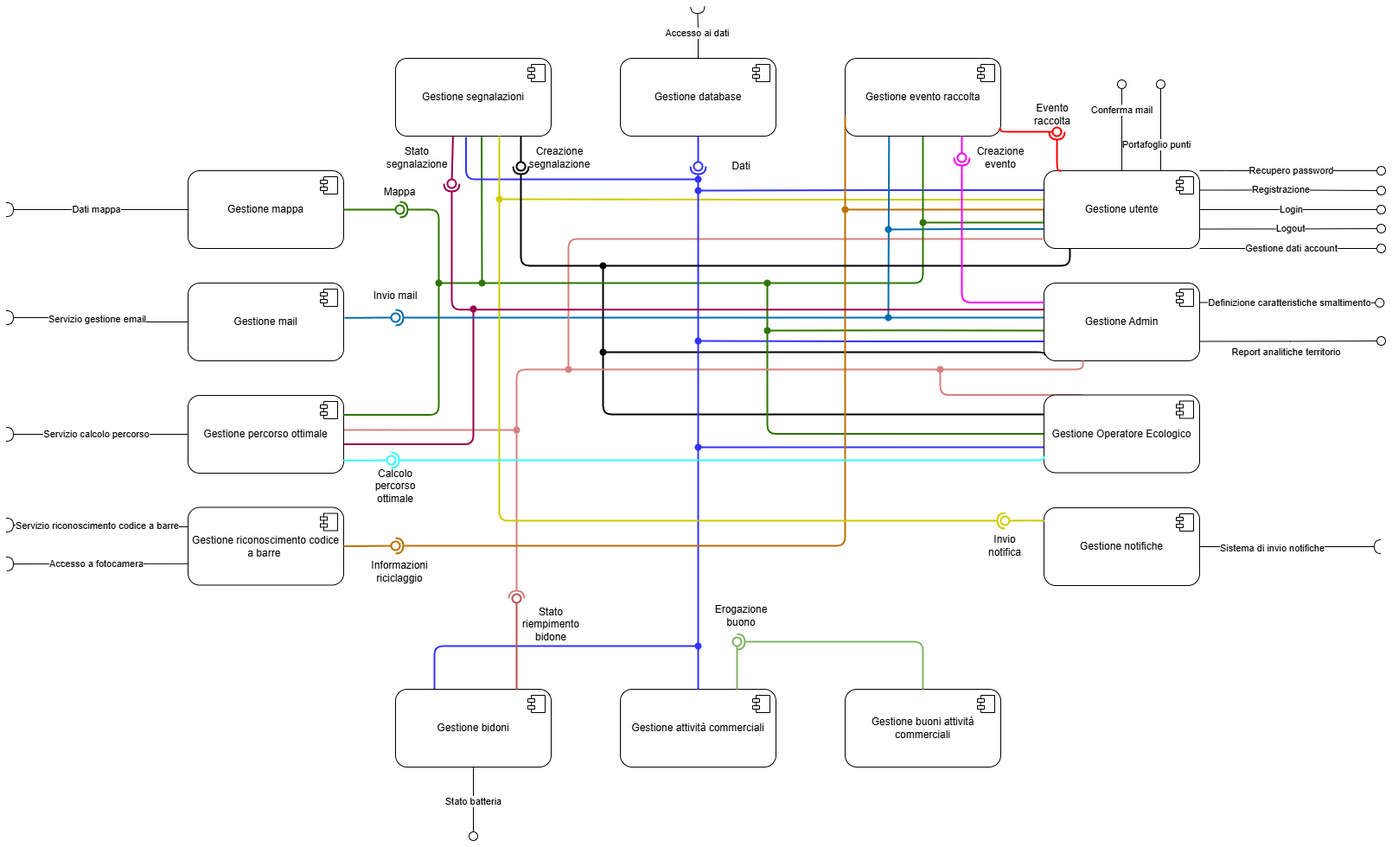
Earlier version of the draw.io export Docs/pictures/diagramma_componenti.png (RiccardoCortese/RiciclApp). Source tidied: cells renumbered, new cells last; positions are measured from the earlier drawing's top-left corner, leaving out a move shared by most shapes.
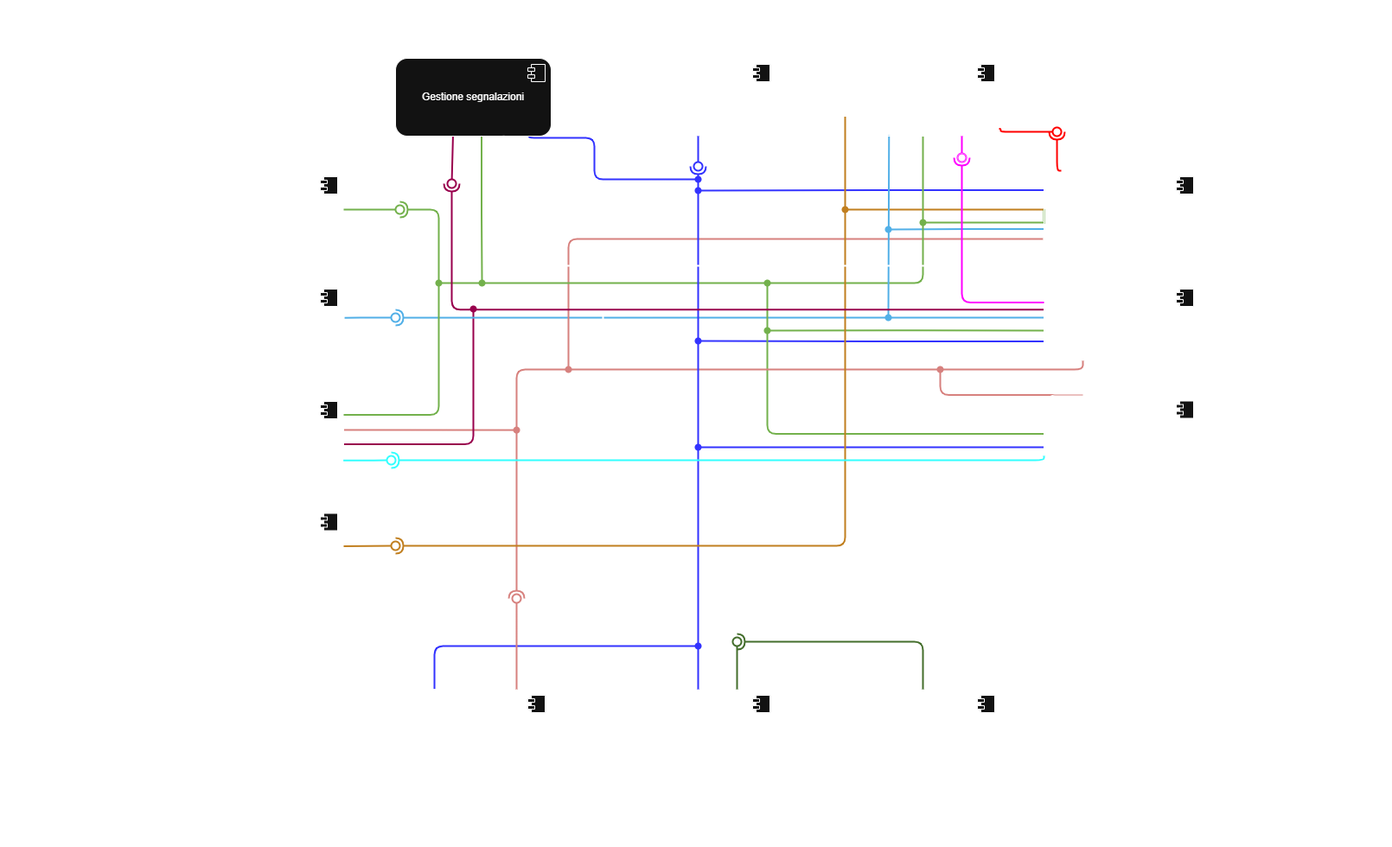
After the commit.

Commit message:
modifica diagramma correzione errore

The edit, as a diff of the source:
```diff
@@ -110,15 +110,18 @@
       <mxGeometry relative="1" as="geometry">
         <mxPoint x="550" y="320" as="targetPoint" />
         <Array as="points">
-          <mxPoint x="550" y="150" />
+          <mxPoint x="550" y="230" />
+          <mxPoint x="550" y="230" />
         </Array>
       </mxGeometry>
     </mxCell>
-    <mxCell id="24" style="edgeStyle=orthogonalEdgeStyle;rounded=1;jettySize=auto;html=1;exitX=0.453;exitY=1.014;exitDx=0;exitDy=0;endArrow=oval;endFill=1;strokeColor=light-dark(#3333FF,#3333FF);strokeWidth=2;curved=0;exitPerimeter=0;" parent="1" edge="1" source="25">
+    <mxCell id="24" style="edgeStyle=orthogonalEdgeStyle;rounded=1;jettySize=auto;html=1;exitX=0.859;exitY=1.001;exitDx=0;exitDy=0;endArrow=oval;endFill=1;strokeColor=light-dark(#3333FF,#3333FF);strokeWidth=2;curved=0;exitPerimeter=0;" parent="1" edge="1" source="25">
       <mxGeometry relative="1" as="geometry">
         <mxPoint x="800" y="200" as="targetPoint" />
         <Array as="points">
-          <mxPoint x="532" y="200" />
+          <mxPoint x="605" y="152" />
+          <mxPoint x="680" y="152" />
+          <mxPoint x="680" y="200" />
         </Array>
       </mxGeometry>
     </mxCell>
@@ -179,15 +182,6 @@
         </Array>
       </mxGeometry>
     </mxCell>
-    <mxCell id="36" style="edgeStyle=orthogonalEdgeStyle;rounded=0;jettySize=auto;html=1;exitX=0;exitY=0.371;exitDx=0;exitDy=0;exitPerimeter=0;endArrow=oval;endFill=1;strokeWidth=2;strokeColor=light-dark(#CCCC00,#CCCC00);" parent="1" edge="1" source="46">
-      <mxGeometry relative="1" as="geometry">
-        <mxPoint x="570" y="223" as="targetPoint" />
-        <Array as="points">
-          <mxPoint x="881" y="223" />
-          <mxPoint x="560" y="223" />
-        </Array>
-      </mxGeometry>
-    </mxCell>
     <mxCell id="37" style="edgeStyle=orthogonalEdgeStyle;rounded=1;jettySize=auto;html=1;exitX=-0.007;exitY=0.878;exitDx=0;exitDy=0;strokeColor=light-dark(#D7817E,#D7817E);strokeWidth=2;endArrow=oval;endFill=1;curved=0;exitPerimeter=0;" parent="1" edge="1" source="46">
       <mxGeometry relative="1" as="geometry">
         <mxPoint x="650" y="420" as="targetPoint" />
@@ -404,22 +398,6 @@
     <mxCell id="81" value="Dati" style="text;html=1;whiteSpace=wrap;strokeColor=none;fillColor=none;align=center;verticalAlign=middle;rounded=0;" parent="1" vertex="1">
       <mxGeometry x="820" y="170" width="60" height="30" as="geometry" />
     </mxCell>
-    <mxCell id="82" style="edgeStyle=orthogonalEdgeStyle;rounded=0;jettySize=auto;html=1;exitX=1;exitY=0.5;exitDx=0;exitDy=0;endArrow=halfCircle;endFill=0;" parent="1" edge="1" source="84">
-      <mxGeometry relative="1" as="geometry">
-        <mxPoint x="1590" y="625" as="targetPoint" />
-      </mxGeometry>
-    </mxCell>
-    <mxCell id="83" value="Sistema di invio&amp;nbsp;&lt;span style=&quot;&quot;&gt;notifiche&lt;/span&gt;" style="edgeLabel;html=1;align=center;verticalAlign=middle;labelBackgroundColor=light-dark(#FFFFFF,#FFFFFF);fontColor=light-dark(#000000,transparent);" parent="82" vertex="1">
-      <mxGeometry x="-0.21" y="-1" relative="1" as="geometry" />
-    </mxCell>
-    <mxCell id="84" value="Gestione notifiche" style="html=1;whiteSpace=wrap;rounded=1;fillColor=light-dark(#FFFFFF,transparent);" parent="1" vertex="1">
-      <mxGeometry x="1200" y="580" width="180" height="90" as="geometry" />
-    </mxCell>
-    <mxCell id="85" style="shape=module;jettyWidth=8;jettyHeight=4;rounded=1;" parent="84" vertex="1">
-      <mxGeometry x="1" width="20" height="20" relative="1" as="geometry">
-        <mxPoint x="-27" y="7" as="offset" />
-      </mxGeometry>
-    </mxCell>
     <mxCell id="86" style="ellipse;whiteSpace=wrap;html=1;align=center;fillColor=none;strokeColor=none;perimeter=centerPerimeter;" parent="1" vertex="1">
       <mxGeometry x="445" y="520" width="10" height="10" as="geometry" />
     </mxCell>
@@ -450,29 +428,20 @@
     <mxCell id="92" style="ellipse;whiteSpace=wrap;html=1;align=center;fillColor=none;strokeColor=none;perimeter=centerPerimeter;points=[];outlineConnect=1;" parent="1" vertex="1">
       <mxGeometry x="445" y="619" width="10" height="10" as="geometry" />
     </mxCell>
-    <mxCell id="93" style="rounded=1;jettySize=auto;html=1;endArrow=halfCircle;endFill=0;endSize=6;strokeWidth=2;sketch=0;edgeStyle=orthogonalEdgeStyle;curved=0;" parent="1" edge="1" target="95">
+    <mxCell id="93" style="rounded=1;jettySize=auto;html=1;endArrow=halfCircle;endFill=0;endSize=6;strokeWidth=2;sketch=0;edgeStyle=orthogonalEdgeStyle;curved=0;exitX=0.156;exitY=1;exitDx=0;exitDy=0;exitPerimeter=0;" parent="1" edge="1" source="46" target="95">
       <mxGeometry relative="1" as="geometry">
-        <mxPoint x="1230" y="280" as="sourcePoint" />
         <Array as="points">
           <mxPoint x="1230" y="280" />
           <mxPoint x="1230" y="300" />
-          <mxPoint x="595" y="300" />
+          <mxPoint x="575" y="300" />
         </Array>
       </mxGeometry>
     </mxCell>
-    <mxCell id="94" style="rounded=1;jettySize=auto;html=1;endArrow=oval;endFill=0;sketch=0;sourcePerimeterSpacing=0;targetPerimeterSpacing=0;endSize=10;edgeStyle=orthogonalEdgeStyle;curved=0;strokeWidth=2;" parent="1" edge="1" target="95">
-      <mxGeometry relative="1" as="geometry">
-        <mxPoint x="595" y="150" as="sourcePoint" />
-        <Array as="points">
-          <mxPoint x="595" y="151" />
-        </Array>
-      </mxGeometry>
+    <mxCell id="94" style="rounded=1;jettySize=auto;html=1;endArrow=oval;endFill=0;sketch=0;sourcePerimeterSpacing=0;targetPerimeterSpacing=0;endSize=10;edgeStyle=orthogonalEdgeStyle;curved=0;strokeWidth=2;exitX=0.695;exitY=0.993;exitDx=0;exitDy=0;exitPerimeter=0;" parent="1" edge="1" source="25" target="95">
+      <mxGeometry relative="1" as="geometry" />
     </mxCell>
-    <mxCell id="95" style="ellipse;whiteSpace=wrap;html=1;align=center;fillColor=none;strokeColor=none;perimeter=centerPerimeter;points=[];outlineConnect=1;" parent="1" vertex="1">
-      <mxGeometry x="590" y="180" width="10" height="10" as="geometry" />
-    </mxCell>
     <mxCell id="96" value="Creazione&lt;div&gt;segnalazione&lt;/div&gt;" style="text;html=1;whiteSpace=wrap;strokeColor=none;fillColor=none;align=center;verticalAlign=middle;rounded=0;" parent="1" vertex="1">
-      <mxGeometry x="610" y="160" width="60" height="30" as="geometry" />
+      <mxGeometry x="595" y="170" width="60" height="30" as="geometry" />
     </mxCell>
     <mxCell id="97" style="rounded=1;jettySize=auto;html=1;endArrow=halfCircle;endFill=0;endSize=6;strokeWidth=2;sketch=0;fillColor=#76608a;strokeColor=light-dark(#FF0000,#FF0000);edgeStyle=orthogonalEdgeStyle;" parent="1" edge="1" target="99">
       <mxGeometry relative="1" as="geometry">
@@ -508,23 +477,9 @@
     <mxCell id="104" value="Creazione evento" style="text;html=1;whiteSpace=wrap;strokeColor=none;fillColor=none;align=center;verticalAlign=middle;rounded=0;" parent="1" vertex="1">
       <mxGeometry x="1120" y="160" width="60" height="30" as="geometry" />
     </mxCell>
-    <mxCell id="105" style="rounded=1;jettySize=auto;html=1;endArrow=halfCircle;endFill=0;endSize=6;strokeWidth=2;sketch=0;edgeStyle=orthogonalEdgeStyle;strokeColor=light-dark(#CCCC00,#CCCC00);curved=0;" parent="1" edge="1" target="107">
-      <mxGeometry relative="1" as="geometry">
-        <mxPoint x="570" y="150" as="sourcePoint" />
-        <Array as="points">
-          <mxPoint x="570" y="595" />
-        </Array>
-      </mxGeometry>
-    </mxCell>
-    <mxCell id="106" style="rounded=0;jettySize=auto;html=1;endArrow=oval;endFill=0;sketch=0;sourcePerimeterSpacing=0;targetPerimeterSpacing=0;endSize=10;exitX=0.002;exitY=0.166;exitDx=0;exitDy=0;strokeColor=light-dark(#CCCC00,#CCCC00);strokeWidth=2;edgeStyle=orthogonalEdgeStyle;exitPerimeter=0;" parent="1" edge="1" source="84" target="107">
-      <mxGeometry relative="1" as="geometry" />
-    </mxCell>
     <mxCell id="107" style="ellipse;whiteSpace=wrap;html=1;align=center;fillColor=none;strokeColor=none;perimeter=centerPerimeter;points=[];outlineConnect=1;" parent="1" vertex="1">
       <mxGeometry x="1150" y="590" width="10" height="10" as="geometry" />
     </mxCell>
-    <mxCell id="108" value="I&lt;span style=&quot;background-color: transparent; color: light-dark(rgb(0, 0, 0), rgb(255, 255, 255));&quot;&gt;nvio notifica&lt;/span&gt;" style="text;html=1;whiteSpace=wrap;strokeColor=none;fillColor=none;align=center;verticalAlign=middle;rounded=0;" parent="1" vertex="1">
-      <mxGeometry x="1125" y="609" width="60" height="30" as="geometry" />
-    </mxCell>
     <mxCell id="109" value="Logout" style="edgeStyle=orthogonalEdgeStyle;rounded=0;jettySize=auto;html=1;exitX=1;exitY=0.75;exitDx=0;exitDy=0;endArrow=oval;endFill=0;endSize=10;labelBackgroundColor=light-dark(#FFFFFF,#FFFFFF);fontColor=light-dark(#000000,transparent);" parent="1" edge="1" source="46">
       <mxGeometry relative="1" as="geometry">
         <mxPoint x="1590" y="257" as="targetPoint" />
@@ -559,5 +514,8 @@
     <mxCell id="116" style="ellipse;whiteSpace=wrap;html=1;align=center;fillColor=none;strokeColor=none;perimeter=centerPerimeter;points=[];outlineConnect=1;" parent="1" vertex="1">
       <mxGeometry x="510" y="200" width="10" height="10" as="geometry" />
     </mxCell>
+    <mxCell id="95" style="ellipse;whiteSpace=wrap;html=1;align=center;fillColor=none;strokeColor=none;perimeter=centerPerimeter;points=[];outlineConnect=1;" parent="1" vertex="1">
+      <mxGeometry x="570" y="180" width="10" height="10" as="geometry" />
+    </mxCell>
   </root>
 </mxGraphModel>
```
